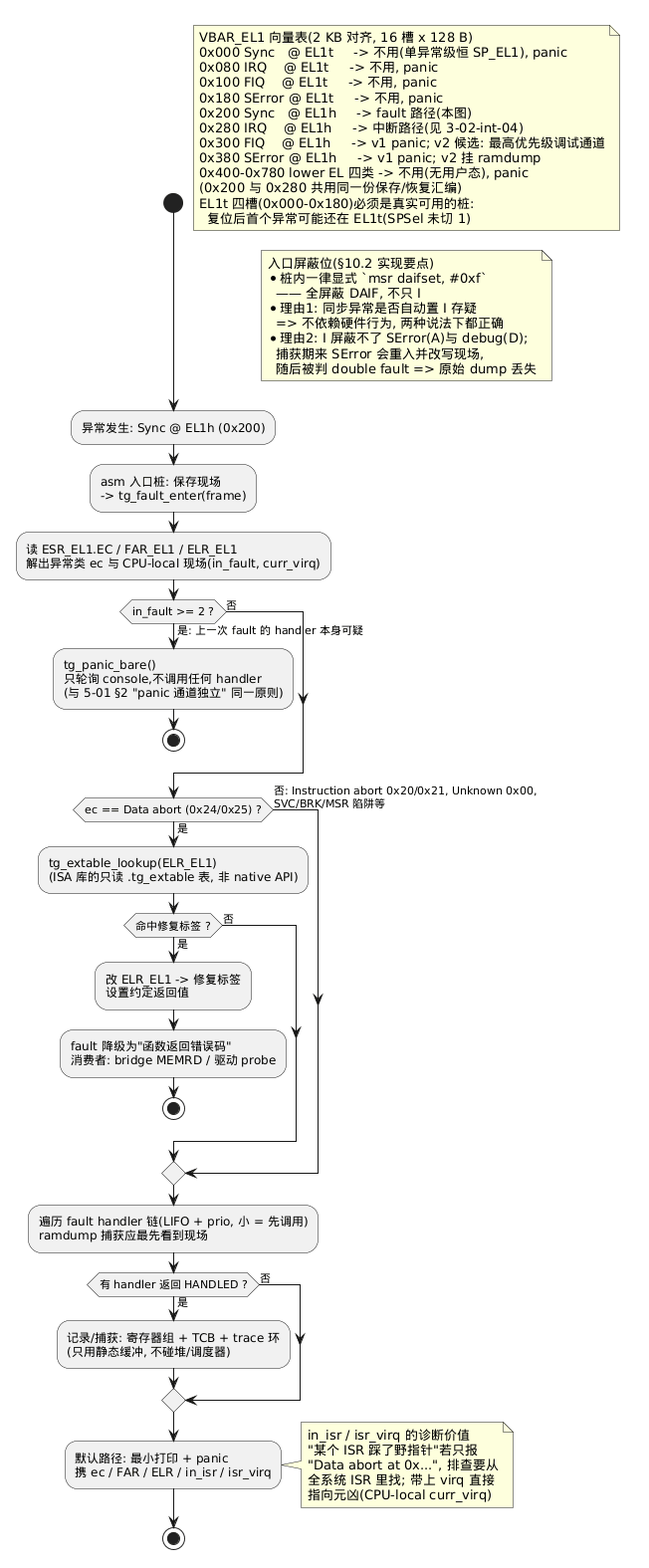
Above: docs/3-os-core/pics/3-02-int-05.png in zhuyh4n9/brickOS (PlantUML), before the change. The source it was exported from:
```plantuml
@startuml

skinparam shadowing false

start

note right
  VBAR_EL1 向量表(2 KB 对齐, 16 槽 x 128 B)
  0x000 Sync   @ EL1t     -> 不用(单异常级恒 SP_EL1), panic
  0x080 IRQ    @ EL1t     -> 不用, panic
  0x100 FIQ    @ EL1t     -> 不用, panic
  0x180 SError @ EL1t     -> 不用, panic
  0x200 Sync   @ EL1h     -> fault 路径(本图)
  0x280 IRQ    @ EL1h     -> 中断路径(见 3-02-int-04)
  0x300 FIQ    @ EL1h     -> v1 panic; v2 候选: 最高优先级调试通道
  0x380 SError @ EL1h     -> v1 panic; v2 挂 ramdump
  0x400-0x780 lower EL 四类 -> 不用(无用户态), panic
  (0x200 与 0x280 共用同一份保存/恢复汇编)
  EL1t 四槽(0x000-0x180)必须是真实可用的桩:
    复位后首个异常可能还在 EL1t(SPSel 未切 1)
end note

note right
  入口屏蔽位(§10.2 实现要点)
  * 桩内一律显式 `msr daifset, #0xf`
    —— 全屏蔽 DAIF, 不只 I
  * 理由1: 同步异常是否自动置 I 存疑
    => 不依赖硬件行为, 两种说法下都正确
  * 理由2: I 屏蔽不了 SError(A)与 debug(D);
    捕获期来 SError 会重入并改写现场,
    随后被判 double fault => 原始 dump 丢失
end note

:异常发生: Sync @ EL1h (0x200);
:asm 入口桩: 保存现场\n-> tg_fault_enter(frame);
:读 ESR_EL1.EC / FAR_EL1 / ELR_EL1\n解出异常类 ec 与 CPU-local 现场(in_fault, curr_virq);

if (in_fault >= 2 ?) then (是: 上一次 fault 的 handler 本身可疑)
  :tg_panic_bare()\n只轮询 console,不调用任何 handler\n(与 5-01 §2 "panic 通道独立" 同一原则);
  stop
else (否)
endif

if (ec == Data abort (0x24/0x25) ?) then (是)
  :tg_extable_lookup(ELR_EL1)\n(ISA 库的只读 .tg_extable 表, 非 native API);
  if (命中修复标签 ?) then (是)
    :改 ELR_EL1 -> 修复标签\n设置约定返回值;
    :fault 降级为"函数返回错误码"\n消费者: bridge MEMRD / 驱动 probe;
    stop
  else (否)
  endif
else (否: Instruction abort 0x20/0x21, Unknown 0x00,\nSVC/BRK/MSR 陷阱等)
endif

:遍历 fault handler 链(LIFO + prio, 小 = 先调用)\nramdump 捕获应最先看到现场;
if (有 handler 返回 HANDLED ?) then (是)
  :记录/捕获: 寄存器组 + TCB + trace 环\n(只用静态缓冲, 不碰堆/调度器);
else (否)
endif

:默认路径: 最小打印 + panic\n携 ec / FAR / ELR / in_isr / isr_virq;
note right
  in_isr / isr_virq 的诊断价值
  "某个 ISR 踩了野指针"若只报
  "Data abort at 0x...", 排查要从
  全系统 ISR 里找; 带上 virq 直接
  指向元凶(CPU-local curr_virq)
end note
stop
@enduml
```
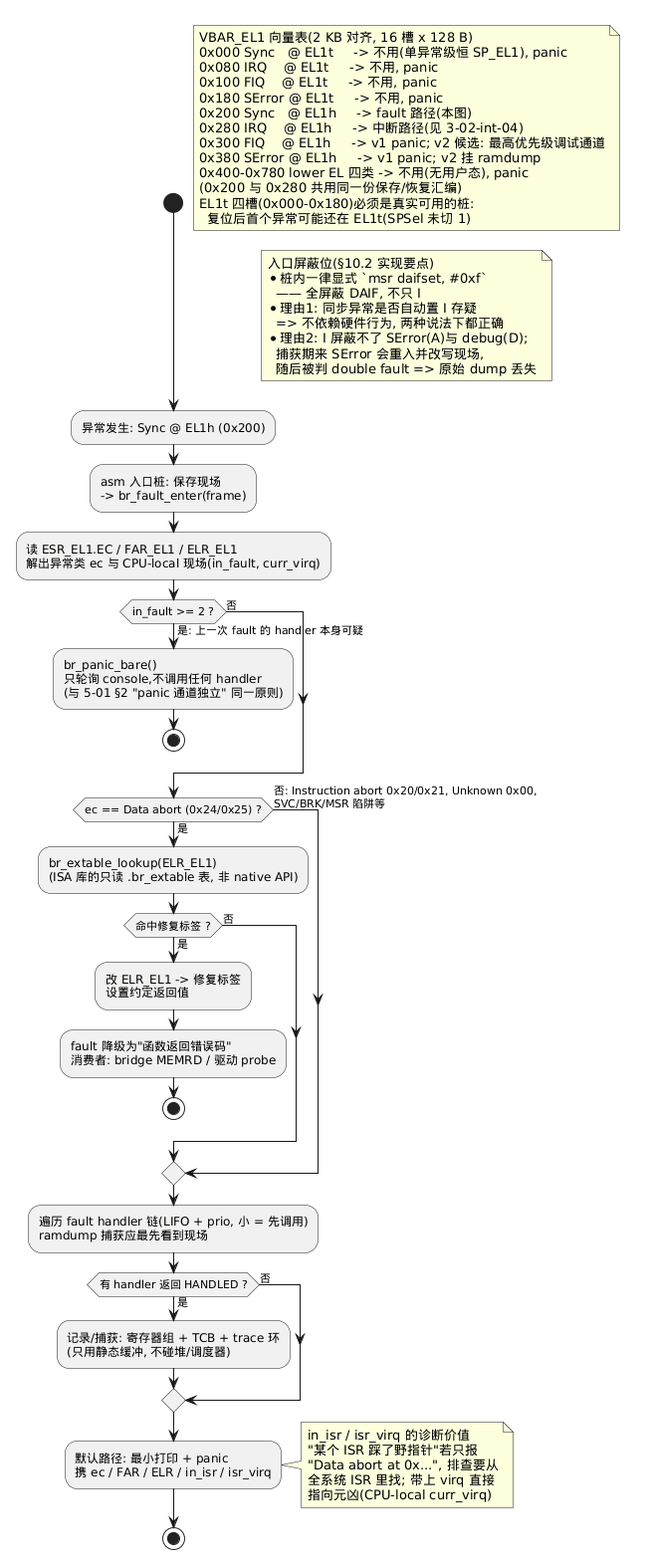
After the commit.

What changed in the source:
```diff
@@ -32,17 +32,17 @@
 end note
 
 :异常发生: Sync @ EL1h (0x200);
-:asm 入口桩: 保存现场\n-> tg_fault_enter(frame);
+:asm 入口桩: 保存现场\n-> br_fault_enter(frame);
 :读 ESR_EL1.EC / FAR_EL1 / ELR_EL1\n解出异常类 ec 与 CPU-local 现场(in_fault, curr_virq);
 
 if (in_fault >= 2 ?) then (是: 上一次 fault 的 handler 本身可疑)
-  :tg_panic_bare()\n只轮询 console,不调用任何 handler\n(与 5-01 §2 "panic 通道独立" 同一原则);
+  :br_panic_bare()\n只轮询 console,不调用任何 handler\n(与 5-01 §2 "panic 通道独立" 同一原则);
   stop
 else (否)
 endif
 
 if (ec == Data abort (0x24/0x25) ?) then (是)
-  :tg_extable_lookup(ELR_EL1)\n(ISA 库的只读 .tg_extable 表, 非 native API);
+  :br_extable_lookup(ELR_EL1)\n(ISA 库的只读 .br_extable 表, 非 native API);
   if (命中修复标签 ?) then (是)
     :改 ELR_EL1 -> 修复标签\n设置约定返回值;
     :fault 降级为"函数返回错误码"\n消费者: bridge MEMRD / 驱动 probe;
```
